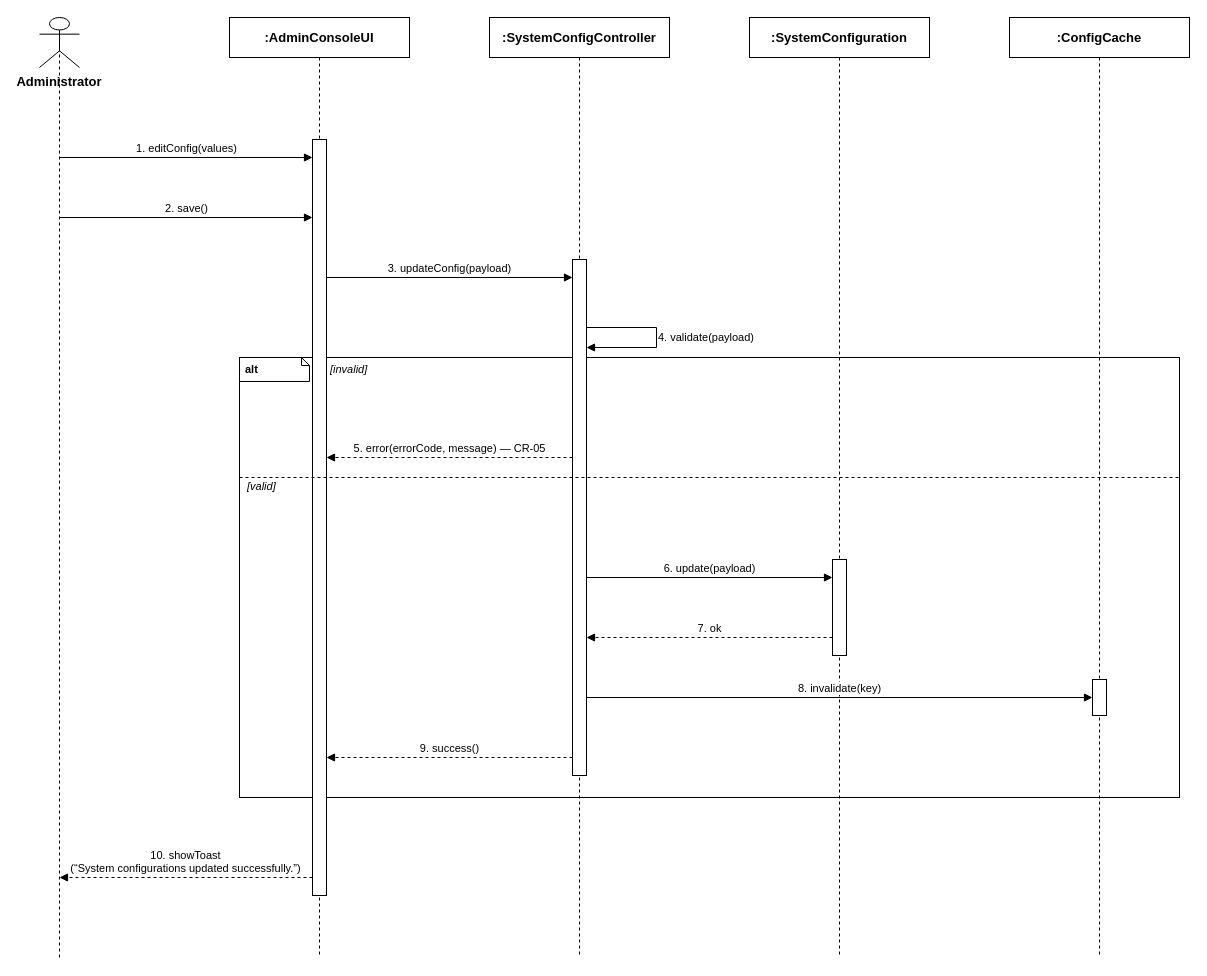
This is docs/qa/sequence-diagrams/Report4_SequenceDiagram_Administrator_SystemConfiguration.drawio from tulklk/AI_Interview_Question_Generation_RAG_LLM_FE, a draw.io file, before an edit. Source tidied: cells renumbered, new cells numbered last; positions are measured from the earlier drawing's top-left corner, leaving out a move shared by most shapes. Both pictures are drawn from the tidied source at 100%, with x=0, y=0 at pixel (39, 17).
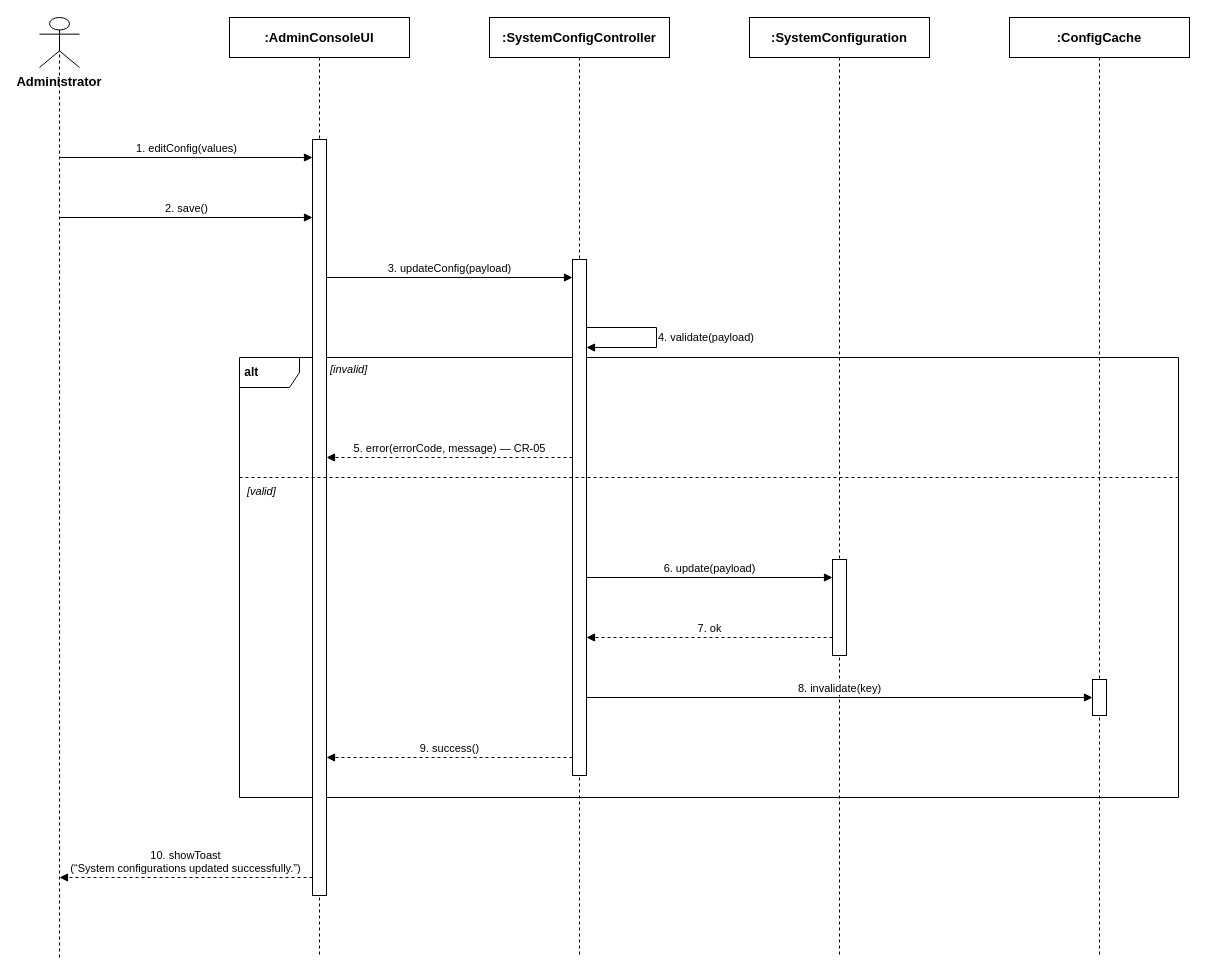
The same page after the edit.

The edit, as a diff of the source:
```diff
@@
-    <mxCell id="2" style="rounded=0;whiteSpace=wrap;html=1;verticalAlign=top;" parent="1" vertex="1">
-      <mxGeometry x="200" y="340" width="940" height="440" as="geometry" />
-    </mxCell>
+    <mxCell id="17" value="&lt;b&gt;&amp;nbsp;alt&lt;/b&gt;" style="shape=umlFrame;whiteSpace=wrap;html=1;align=left;" parent="1" vertex="1">
+      <mxGeometry x="200" y="340" width="939" height="440" as="geometry" />
+    </mxCell>
@@
-    <mxCell id="17" value="alt" style="shape=note;whiteSpace=wrap;html=1;fontStyle=1;fontSize=11;align=left;spacingLeft=4;size=8;" parent="1" vertex="1">
-      <mxGeometry x="200" y="340" width="70" height="24" as="geometry" />
-    </mxCell>
@@
     <mxCell id="20" value="[valid]" style="text;html=1;align=left;verticalAlign=middle;fontSize=11;fontStyle=2;" parent="1" vertex="1">
-      <mxGeometry x="206" y="460" width="928" height="18" as="geometry" />
+      <mxGeometry x="206" y="465" width="928" height="18" as="geometry" />
     </mxCell>
```
